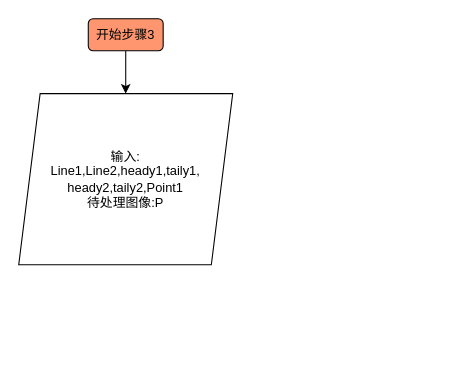
The draw.io diagram 未命名绘图2.drawio in qubo188612/Visio, before the edit. Source tidied: cells renumbered, new cells numbered last; positions are measured from the earlier drawing's top-left corner, leaving out a move shared by most shapes. Both pictures are drawn from the tidied source at 107%, with x=0, y=0 at pixel (18, 18).
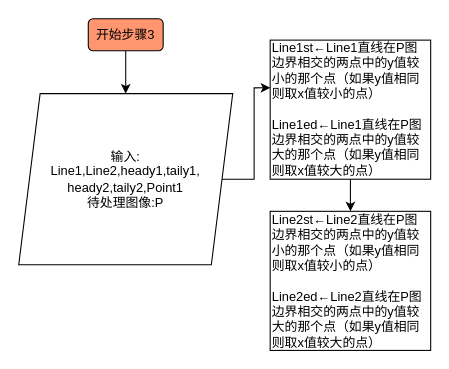
The same diagram, later.

Commit message (it also covers changes not shown here):
更新未命名绘图2.drawio

What changed in the source:
```diff
@@
 <mxGraphModel>
   <root>
     <mxCell id="0" />
     <mxCell id="1" parent="0" />
     <mxCell id="2" style="edgeStyle=orthogonalEdgeStyle;rounded=0;jettySize=auto;html=1;" parent="1" edge="1" source="3" target="4">
       <mxGeometry relative="1" as="geometry" />
     </mxCell>
     <mxCell id="3" value="开始步骤3" style="rounded=1;whiteSpace=wrap;html=1;fillColor=#FF9670;" parent="1" vertex="1">
       <mxGeometry x="65" width="70" height="30" as="geometry" />
     </mxCell>
+    <mxCell id="5" style="edgeStyle=orthogonalEdgeStyle;rounded=0;jettySize=auto;html=1;entryX=0.001;entryY=0.343;entryDx=0;entryDy=0;entryPerimeter=0;" parent="1" edge="1" source="4" target="7">
+      <mxGeometry relative="1" as="geometry" />
+    </mxCell>
     <mxCell id="4" value="输入:&lt;br&gt;Line1,Line2,heady1,taily1,&lt;br&gt;heady2,taily2,Point1&lt;br&gt;待处理图像:P" style="shape=parallelogram;perimeter=parallelogramPerimeter;whiteSpace=wrap;html=1;fixedSize=1;" parent="1" vertex="1">
       <mxGeometry y="70" width="200" height="160" as="geometry" />
     </mxCell>
+    <mxCell id="6" style="edgeStyle=orthogonalEdgeStyle;rounded=0;jettySize=auto;html=1;" parent="1" edge="1" source="7" target="8">
+      <mxGeometry relative="1" as="geometry" />
+    </mxCell>
+    <mxCell id="7" value="Line1st←Line1直线在P图边界相交的两点中的y值较小的那个点（如果y值相同则取x值较小的点）&lt;br&gt;&lt;br&gt;Line1ed←Line1直线在P图边界相交的两点中的y值较大的那个点（如果y值相同则取x值较大的点）" style="rounded=0;whiteSpace=wrap;html=1;align=left;" parent="1" vertex="1">
+      <mxGeometry x="235" y="20" width="150" height="130" as="geometry" />
+    </mxCell>
+    <mxCell id="8" value="Line2st←Line2直线在P图边界相交的两点中的y值较小的那个点（如果y值相同则取x值较小的点）&lt;br&gt;&lt;br&gt;Line2ed←Line2直线在P图边界相交的两点中的y值较大的那个点（如果y值相同则取x值较大的点）" style="rounded=0;whiteSpace=wrap;html=1;align=left;" parent="1" vertex="1">
+      <mxGeometry x="235" y="180" width="150" height="130" as="geometry" />
+    </mxCell>
   </root>
 </mxGraphModel>
```
